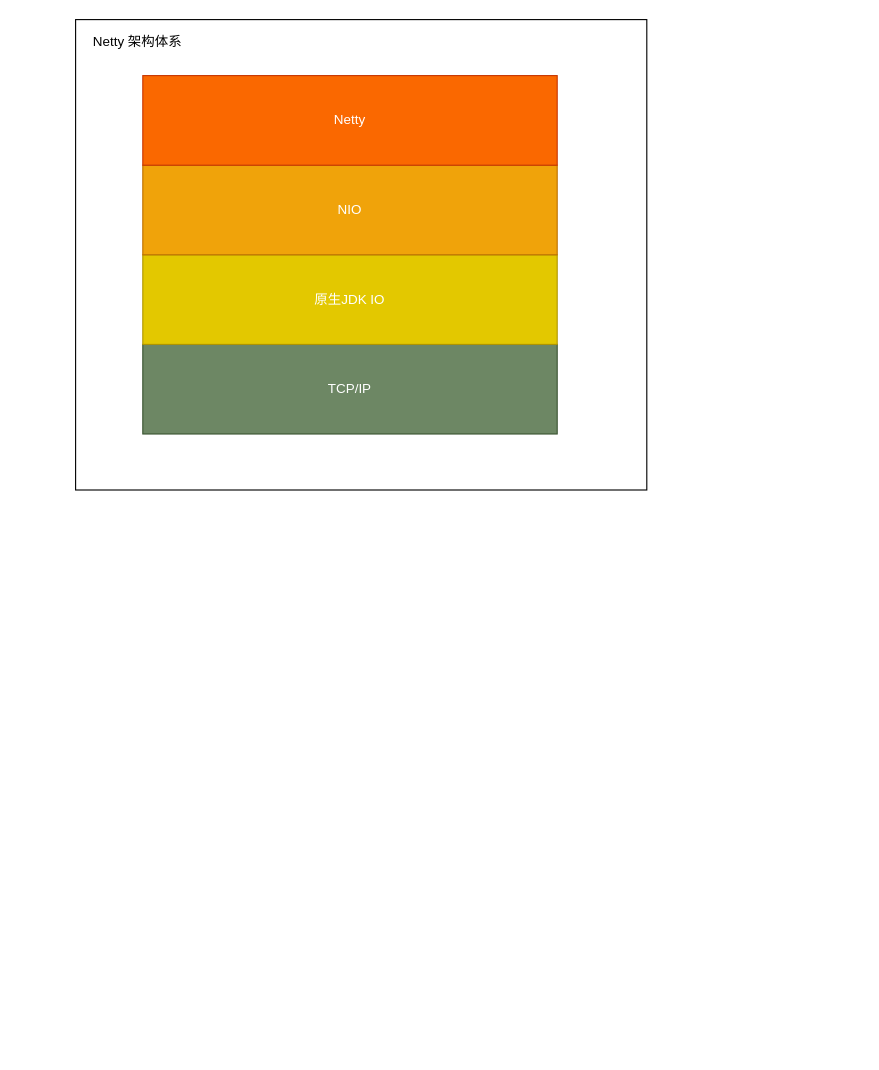
FifteenLab/test keeps this draw.io diagram as netty-stu.drawio. Above is the earlier version. Source tidied: cells renumbered, new cells numbered last; positions are measured from the earlier drawing's top-left corner, leaving out a move shared by most shapes. Both pictures are drawn from the tidied source at 112%, with x=0, y=0 at pixel (75, 19).
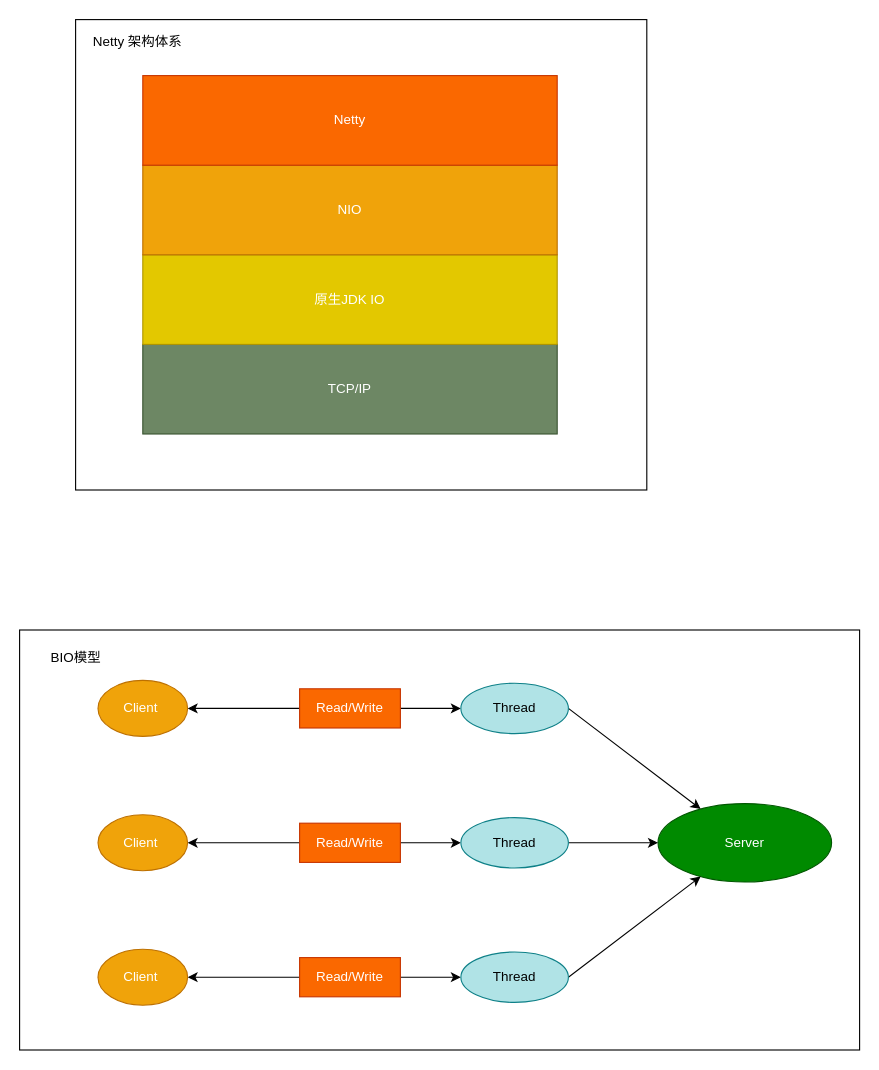
The same diagram, later.

The edit, as a diff of the source:
```diff
@@
+    <mxCell id="8" style="rounded=0;whiteSpace=wrap;html=1;" parent="1" vertex="1">
+      <mxGeometry x="-50" y="545" width="750" height="375" as="geometry" />
+    </mxCell>
@@
+    <mxCell id="9" value="Server" style="ellipse;whiteSpace=wrap;html=1;fillColor=#008a00;strokeColor=#005700;fontColor=#ffffff;" parent="1" vertex="1">
+      <mxGeometry x="520" y="700" width="155" height="70" as="geometry" />
+    </mxCell>
+    <mxCell id="10" style="edgeStyle=orthogonalEdgeStyle;rounded=0;jettySize=auto;html=1;exitX=1;exitY=0.5;exitDx=0;exitDy=0;startArrow=classic;startFill=1;" parent="1" edge="1" source="11" target="13">
+      <mxGeometry relative="1" as="geometry" />
+    </mxCell>
+    <mxCell id="11" value="Client&amp;nbsp;" style="ellipse;whiteSpace=wrap;html=1;fillColor=#f0a30a;strokeColor=#BD7000;fontColor=#ffffff;" parent="1" vertex="1">
+      <mxGeometry x="20" y="590" width="80" height="50" as="geometry" />
+    </mxCell>
+    <mxCell id="12" style="rounded=0;jettySize=auto;html=1;exitX=1;exitY=0.5;exitDx=0;exitDy=0;startArrow=none;startFill=0;" parent="1" edge="1" source="13" target="9">
+      <mxGeometry relative="1" as="geometry" />
+    </mxCell>
+    <mxCell id="13" value="Thread" style="ellipse;whiteSpace=wrap;html=1;fillColor=#b0e3e6;strokeColor=#0e8088;" parent="1" vertex="1">
+      <mxGeometry x="344" y="592.5" width="96" height="45" as="geometry" />
+    </mxCell>
+    <mxCell id="14" value="Read/Write" style="rounded=0;whiteSpace=wrap;html=1;fillColor=#fa6800;strokeColor=#C73500;fontColor=#ffffff;" parent="1" vertex="1">
+      <mxGeometry x="200" y="597.5" width="90" height="35" as="geometry" />
+    </mxCell>
+    <mxCell id="15" style="edgeStyle=orthogonalEdgeStyle;rounded=0;jettySize=auto;html=1;exitX=1;exitY=0.5;exitDx=0;exitDy=0;startArrow=classic;startFill=1;" parent="1" edge="1" source="16" target="18">
+      <mxGeometry relative="1" as="geometry" />
+    </mxCell>
+    <mxCell id="16" value="Client&amp;nbsp;" style="ellipse;whiteSpace=wrap;html=1;fillColor=#f0a30a;strokeColor=#BD7000;fontColor=#ffffff;" parent="1" vertex="1">
+      <mxGeometry x="20" y="710" width="80" height="50" as="geometry" />
+    </mxCell>
+    <mxCell id="17" style="edgeStyle=none;rounded=0;jettySize=auto;html=1;exitX=1;exitY=0.5;exitDx=0;exitDy=0;entryX=0;entryY=0.5;entryDx=0;entryDy=0;startArrow=none;startFill=0;" parent="1" edge="1" source="18" target="9">
+      <mxGeometry relative="1" as="geometry" />
+    </mxCell>
+    <mxCell id="18" value="Thread" style="ellipse;whiteSpace=wrap;html=1;fillColor=#b0e3e6;strokeColor=#0e8088;" parent="1" vertex="1">
+      <mxGeometry x="344" y="712.5" width="96" height="45" as="geometry" />
+    </mxCell>
+    <mxCell id="19" value="Read/Write" style="rounded=0;whiteSpace=wrap;html=1;fillColor=#fa6800;strokeColor=#C73500;fontColor=#ffffff;" parent="1" vertex="1">
+      <mxGeometry x="200" y="717.5" width="90" height="35" as="geometry" />
+    </mxCell>
+    <mxCell id="20" style="edgeStyle=orthogonalEdgeStyle;rounded=0;jettySize=auto;html=1;exitX=1;exitY=0.5;exitDx=0;exitDy=0;startArrow=classic;startFill=1;" parent="1" edge="1" source="21" target="23">
+      <mxGeometry relative="1" as="geometry" />
+    </mxCell>
+    <mxCell id="21" value="Client&amp;nbsp;" style="ellipse;whiteSpace=wrap;html=1;fillColor=#f0a30a;strokeColor=#BD7000;fontColor=#ffffff;" parent="1" vertex="1">
+      <mxGeometry x="20" y="830" width="80" height="50" as="geometry" />
+    </mxCell>
+    <mxCell id="22" style="edgeStyle=none;rounded=0;jettySize=auto;html=1;exitX=1;exitY=0.5;exitDx=0;exitDy=0;startArrow=none;startFill=0;" parent="1" edge="1" source="23" target="9">
+      <mxGeometry relative="1" as="geometry" />
+    </mxCell>
+    <mxCell id="23" value="Thread" style="ellipse;whiteSpace=wrap;html=1;fillColor=#b0e3e6;strokeColor=#0e8088;" parent="1" vertex="1">
+      <mxGeometry x="344" y="832.5" width="96" height="45" as="geometry" />
+    </mxCell>
+    <mxCell id="24" value="Read/Write" style="rounded=0;whiteSpace=wrap;html=1;fillColor=#fa6800;strokeColor=#C73500;fontColor=#ffffff;" parent="1" vertex="1">
+      <mxGeometry x="200" y="837.5" width="90" height="35" as="geometry" />
+    </mxCell>
+    <mxCell id="25" value="BIO模型" style="text;html=1;align=center;verticalAlign=middle;" parent="1" vertex="1">
+      <mxGeometry x="-30" y="560" width="60" height="20" as="geometry" />
+    </mxCell>
```
